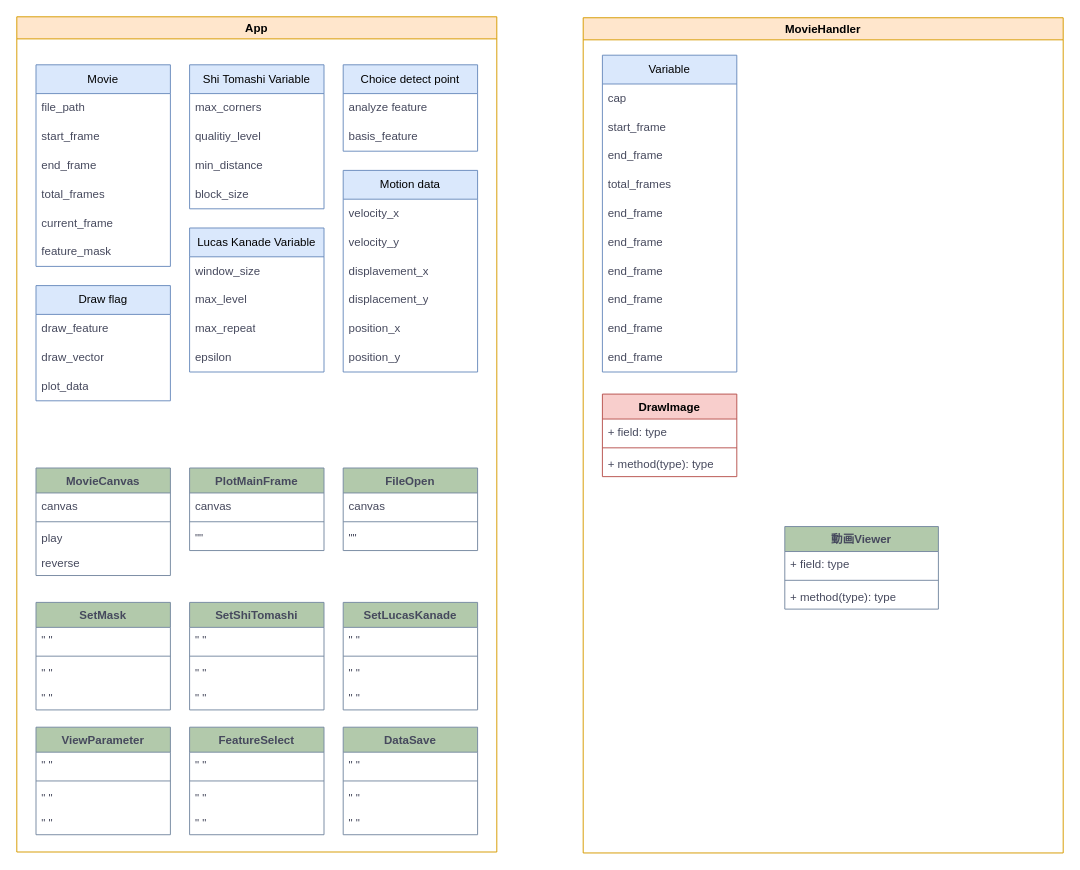
Before: app_design.drawio in congmingtakeshi/test, a draw.io diagram. Source tidied: cells renumbered, new cells numbered last; positions are measured from the earlier drawing's top-left corner, leaving out a move shared by most shapes. Both pictures are drawn from the tidied source at 96%, with x=0, y=0 at pixel (16, 16).
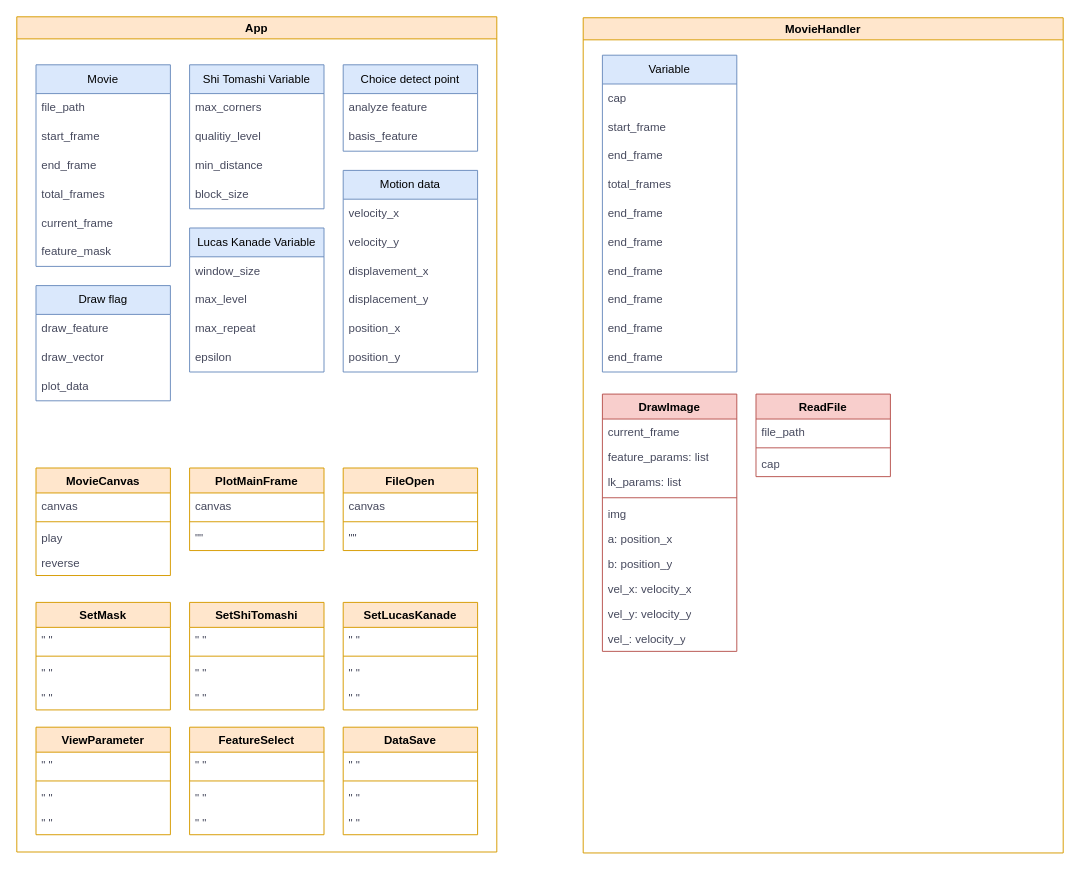
Above is the later version.

Commit message (it also covers changes not shown here):
app_design.drawio を更新します

The change refers to these unchanged cells:
```xml
<mxCell id="2" value="App" style="swimlane;whiteSpace=wrap;html=1;strokeColor=#d79b00;fillColor=#ffe6cc;" parent="1" vertex="1">
  <mxGeometry width="500" height="870" as="geometry" />
</mxCell>
<mxCell id="77" value="MovieHandler" style="swimlane;whiteSpace=wrap;html=1;strokeColor=#d79b00;fillColor=#ffe6cc;" parent="1" vertex="1">
  <mxGeometry x="590" y="1" width="500" height="870" as="geometry" />
</mxCell>
```

Change to the diagram source:
```diff
@@
-    <mxCell id="3" value="MovieCanvas" style="swimlane;fontStyle=1;align=center;verticalAlign=top;horizontal=1;startSize=26;whiteSpace=wrap;html=1;strokeColor=#788AA3;fontColor=#46495D;fillColor=#B2C9AB;" parent="2" vertex="1">
+    <mxCell id="3" value="MovieCanvas" style="swimlane;fontStyle=1;align=center;verticalAlign=top;horizontal=1;startSize=26;whiteSpace=wrap;html=1;strokeColor=#d79b00;fillColor=#ffe6cc;" parent="2" vertex="1">
       <mxGeometry x="20" y="470" width="140" height="112" as="geometry" />
     </mxCell>
@@
-    <mxCell id="15" value="PlotMainFrame" style="swimlane;fontStyle=1;align=center;verticalAlign=top;horizontal=1;startSize=26;whiteSpace=wrap;html=1;strokeColor=#788AA3;fontColor=#46495D;fillColor=#B2C9AB;" parent="2" vertex="1">
+    <mxCell id="15" value="PlotMainFrame" style="swimlane;fontStyle=1;align=center;verticalAlign=top;horizontal=1;startSize=26;whiteSpace=wrap;html=1;strokeColor=#d79b00;fillColor=#ffe6cc;" parent="2" vertex="1">
       <mxGeometry x="180" y="470" width="140" height="86" as="geometry" />
     </mxCell>
@@
-    <mxCell id="43" value="FileOpen" style="swimlane;fontStyle=1;align=center;verticalAlign=top;horizontal=1;startSize=26;whiteSpace=wrap;html=1;strokeColor=#788AA3;fontColor=#46495D;fillColor=#B2C9AB;" parent="2" vertex="1">
+    <mxCell id="43" value="FileOpen" style="swimlane;fontStyle=1;align=center;verticalAlign=top;horizontal=1;startSize=26;whiteSpace=wrap;html=1;strokeColor=#d79b00;fillColor=#ffe6cc;" parent="2" vertex="1">
       <mxGeometry x="340" y="470" width="140" height="86" as="geometry" />
     </mxCell>
@@
-    <mxCell id="47" value="SetMask" style="swimlane;fontStyle=1;align=center;verticalAlign=top;horizontal=1;startSize=26;whiteSpace=wrap;html=1;strokeColor=#788AA3;fontColor=#46495D;fillColor=#B2C9AB;" parent="2" vertex="1">
+    <mxCell id="47" value="SetMask" style="swimlane;fontStyle=1;align=center;verticalAlign=top;horizontal=1;startSize=26;whiteSpace=wrap;html=1;strokeColor=#d79b00;fillColor=#ffe6cc;" parent="2" vertex="1">
       <mxGeometry x="20" y="610" width="140" height="112" as="geometry" />
     </mxCell>
@@
-    <mxCell id="52" value="SetShiTomashi" style="swimlane;fontStyle=1;align=center;verticalAlign=top;horizontal=1;startSize=26;whiteSpace=wrap;html=1;strokeColor=#788AA3;fontColor=#46495D;fillColor=#B2C9AB;" parent="2" vertex="1">
+    <mxCell id="52" value="SetShiTomashi" style="swimlane;fontStyle=1;align=center;verticalAlign=top;horizontal=1;startSize=26;whiteSpace=wrap;html=1;strokeColor=#d79b00;fillColor=#ffe6cc;" parent="2" vertex="1">
       <mxGeometry x="180" y="610" width="140" height="112" as="geometry" />
     </mxCell>
@@
-    <mxCell id="57" value="SetLucasKanade" style="swimlane;fontStyle=1;align=center;verticalAlign=top;horizontal=1;startSize=26;whiteSpace=wrap;html=1;strokeColor=#788AA3;fontColor=#46495D;fillColor=#B2C9AB;" parent="2" vertex="1">
+    <mxCell id="57" value="SetLucasKanade" style="swimlane;fontStyle=1;align=center;verticalAlign=top;horizontal=1;startSize=26;whiteSpace=wrap;html=1;strokeColor=#d79b00;fillColor=#ffe6cc;" parent="2" vertex="1">
       <mxGeometry x="340" y="610" width="140" height="112" as="geometry" />
     </mxCell>
@@
-    <mxCell id="62" value="ViewParameter" style="swimlane;fontStyle=1;align=center;verticalAlign=top;horizontal=1;startSize=26;whiteSpace=wrap;html=1;strokeColor=#788AA3;fontColor=#46495D;fillColor=#B2C9AB;" parent="2" vertex="1">
+    <mxCell id="62" value="ViewParameter" style="swimlane;fontStyle=1;align=center;verticalAlign=top;horizontal=1;startSize=26;whiteSpace=wrap;html=1;strokeColor=#d79b00;fillColor=#ffe6cc;" parent="2" vertex="1">
       <mxGeometry x="20" y="740" width="140" height="112" as="geometry" />
     </mxCell>
@@
-    <mxCell id="67" value="FeatureSelect" style="swimlane;fontStyle=1;align=center;verticalAlign=top;horizontal=1;startSize=26;whiteSpace=wrap;html=1;strokeColor=#788AA3;fontColor=#46495D;fillColor=#B2C9AB;" parent="2" vertex="1">
+    <mxCell id="67" value="FeatureSelect" style="swimlane;fontStyle=1;align=center;verticalAlign=top;horizontal=1;startSize=26;whiteSpace=wrap;html=1;strokeColor=#d79b00;fillColor=#ffe6cc;" parent="2" vertex="1">
       <mxGeometry x="180" y="740" width="140" height="112" as="geometry" />
     </mxCell>
@@
-    <mxCell id="72" value="DataSave" style="swimlane;fontStyle=1;align=center;verticalAlign=top;horizontal=1;startSize=26;whiteSpace=wrap;html=1;strokeColor=#788AA3;fontColor=#46495D;fillColor=#B2C9AB;" parent="2" vertex="1">
+    <mxCell id="72" value="DataSave" style="swimlane;fontStyle=1;align=center;verticalAlign=top;horizontal=1;startSize=26;whiteSpace=wrap;html=1;strokeColor=#d79b00;fillColor=#ffe6cc;" parent="2" vertex="1">
       <mxGeometry x="340" y="740" width="140" height="112" as="geometry" />
     </mxCell>
@@
-    <mxCell id="78" value="動画Viewer" style="swimlane;fontStyle=1;align=center;verticalAlign=top;horizontal=1;startSize=26;whiteSpace=wrap;html=1;strokeColor=#788AA3;fontColor=#46495D;fillColor=#B2C9AB;" parent="77" vertex="1">
-      <mxGeometry x="210" y="530" width="160" height="86" as="geometry" />
-    </mxCell>
-    <mxCell id="79" value="+ field: type" style="text;strokeColor=none;fillColor=none;align=left;verticalAlign=top;spacingLeft=4;spacingRight=4;overflow=hidden;whiteSpace=wrap;html=1;fontColor=#46495D;" parent="78" vertex="1">
-      <mxGeometry y="26" width="160" height="26" as="geometry" />
-    </mxCell>
-    <mxCell id="80" style="line;strokeWidth=1;fillColor=none;align=left;verticalAlign=middle;spacingTop=-1;spacingLeft=3;spacingRight=3;labelPosition=right;strokeColor=inherit;fontColor=#46495D;" parent="78" vertex="1">
-      <mxGeometry y="52" width="160" height="8" as="geometry" />
-    </mxCell>
-    <mxCell id="81" value="+ method(type): type" style="text;strokeColor=none;fillColor=none;align=left;verticalAlign=top;spacingLeft=4;spacingRight=4;overflow=hidden;whiteSpace=wrap;html=1;fontColor=#46495D;" parent="78" vertex="1">
-      <mxGeometry y="60" width="160" height="26" as="geometry" />
-    </mxCell>
@@
     <mxCell id="93" value="DrawImage" style="swimlane;fontStyle=1;align=center;verticalAlign=top;horizontal=1;startSize=26;whiteSpace=wrap;html=1;strokeColor=#b85450;fillColor=#f8cecc;" parent="77" vertex="1">
-      <mxGeometry x="20" y="392" width="140" height="86" as="geometry" />
+      <mxGeometry x="20" y="392" width="140" height="268" as="geometry" />
     </mxCell>
-    <mxCell id="94" value="+ field: type" style="text;strokeColor=none;fillColor=none;align=left;verticalAlign=top;spacingLeft=4;spacingRight=4;overflow=hidden;whiteSpace=wrap;html=1;fontColor=#46495D;" parent="93" vertex="1">
+    <mxCell id="94" value="current_frame" style="text;strokeColor=none;fillColor=none;align=left;verticalAlign=top;spacingLeft=4;spacingRight=4;overflow=hidden;whiteSpace=wrap;html=1;fontColor=#46495D;" parent="93" vertex="1">
       <mxGeometry y="26" width="140" height="26" as="geometry" />
     </mxCell>
+    <mxCell id="97" value="feature_params: list" style="text;strokeColor=none;fillColor=none;align=left;verticalAlign=top;spacingLeft=4;spacingRight=4;overflow=hidden;whiteSpace=wrap;html=1;fontColor=#46495D;" parent="93" vertex="1">
+      <mxGeometry y="52" width="140" height="26" as="geometry" />
+    </mxCell>
+    <mxCell id="98" value="lk_params: list" style="text;strokeColor=none;fillColor=none;align=left;verticalAlign=top;spacingLeft=4;spacingRight=4;overflow=hidden;whiteSpace=wrap;html=1;fontColor=#46495D;" parent="93" vertex="1">
+      <mxGeometry y="78" width="140" height="26" as="geometry" />
+    </mxCell>
     <mxCell id="95" style="line;strokeWidth=1;fillColor=none;align=left;verticalAlign=middle;spacingTop=-1;spacingLeft=3;spacingRight=3;labelPosition=right;strokeColor=inherit;fontColor=#46495D;" parent="93" vertex="1">
-      <mxGeometry y="52" width="140" height="8" as="geometry" />
+      <mxGeometry y="104" width="140" height="8" as="geometry" />
     </mxCell>
-    <mxCell id="96" value="+ method(type): type" style="text;strokeColor=none;fillColor=none;align=left;verticalAlign=top;spacingLeft=4;spacingRight=4;overflow=hidden;whiteSpace=wrap;html=1;fontColor=#46495D;" parent="93" vertex="1">
-      <mxGeometry y="60" width="140" height="26" as="geometry" />
+    <mxCell id="96" value="img" style="text;strokeColor=none;fillColor=none;align=left;verticalAlign=top;spacingLeft=4;spacingRight=4;overflow=hidden;whiteSpace=wrap;html=1;fontColor=#46495D;" parent="93" vertex="1">
+      <mxGeometry y="112" width="140" height="26" as="geometry" />
     </mxCell>
+    <mxCell id="99" value="a: position_x" style="text;strokeColor=none;fillColor=none;align=left;verticalAlign=top;spacingLeft=4;spacingRight=4;overflow=hidden;whiteSpace=wrap;html=1;fontColor=#46495D;" parent="93" vertex="1">
+      <mxGeometry y="138" width="140" height="26" as="geometry" />
+    </mxCell>
+    <mxCell id="100" value="b: position_y" style="text;strokeColor=none;fillColor=none;align=left;verticalAlign=top;spacingLeft=4;spacingRight=4;overflow=hidden;whiteSpace=wrap;html=1;fontColor=#46495D;" parent="93" vertex="1">
+      <mxGeometry y="164" width="140" height="26" as="geometry" />
+    </mxCell>
+    <mxCell id="101" value="vel_x: velocity_x" style="text;strokeColor=none;fillColor=none;align=left;verticalAlign=top;spacingLeft=4;spacingRight=4;overflow=hidden;whiteSpace=wrap;html=1;fontColor=#46495D;" parent="93" vertex="1">
+      <mxGeometry y="190" width="140" height="26" as="geometry" />
+    </mxCell>
+    <mxCell id="102" value="vel_y: velocity_y" style="text;strokeColor=none;fillColor=none;align=left;verticalAlign=top;spacingLeft=4;spacingRight=4;overflow=hidden;whiteSpace=wrap;html=1;fontColor=#46495D;" parent="93" vertex="1">
+      <mxGeometry y="216" width="140" height="26" as="geometry" />
+    </mxCell>
+    <mxCell id="103" value="vel_: velocity_y" style="text;strokeColor=none;fillColor=none;align=left;verticalAlign=top;spacingLeft=4;spacingRight=4;overflow=hidden;whiteSpace=wrap;html=1;fontColor=#46495D;" parent="93" vertex="1">
+      <mxGeometry y="242" width="140" height="26" as="geometry" />
+    </mxCell>
+    <mxCell id="104" value="ReadFile" style="swimlane;fontStyle=1;align=center;verticalAlign=top;horizontal=1;startSize=26;whiteSpace=wrap;html=1;strokeColor=#b85450;fillColor=#f8cecc;" parent="77" vertex="1">
+      <mxGeometry x="180" y="392" width="140" height="86" as="geometry" />
+    </mxCell>
+    <mxCell id="105" value="file_path" style="text;strokeColor=none;fillColor=none;align=left;verticalAlign=top;spacingLeft=4;spacingRight=4;overflow=hidden;whiteSpace=wrap;html=1;fontColor=#46495D;" parent="104" vertex="1">
+      <mxGeometry y="26" width="140" height="26" as="geometry" />
+    </mxCell>
+    <mxCell id="106" style="line;strokeWidth=1;fillColor=none;align=left;verticalAlign=middle;spacingTop=-1;spacingLeft=3;spacingRight=3;labelPosition=right;strokeColor=inherit;fontColor=#46495D;" parent="104" vertex="1">
+      <mxGeometry y="52" width="140" height="8" as="geometry" />
+    </mxCell>
+    <mxCell id="107" value="cap" style="text;strokeColor=none;fillColor=none;align=left;verticalAlign=top;spacingLeft=4;spacingRight=4;overflow=hidden;whiteSpace=wrap;html=1;fontColor=#46495D;" parent="104" vertex="1">
+      <mxGeometry y="60" width="140" height="26" as="geometry" />
+    </mxCell>
```
